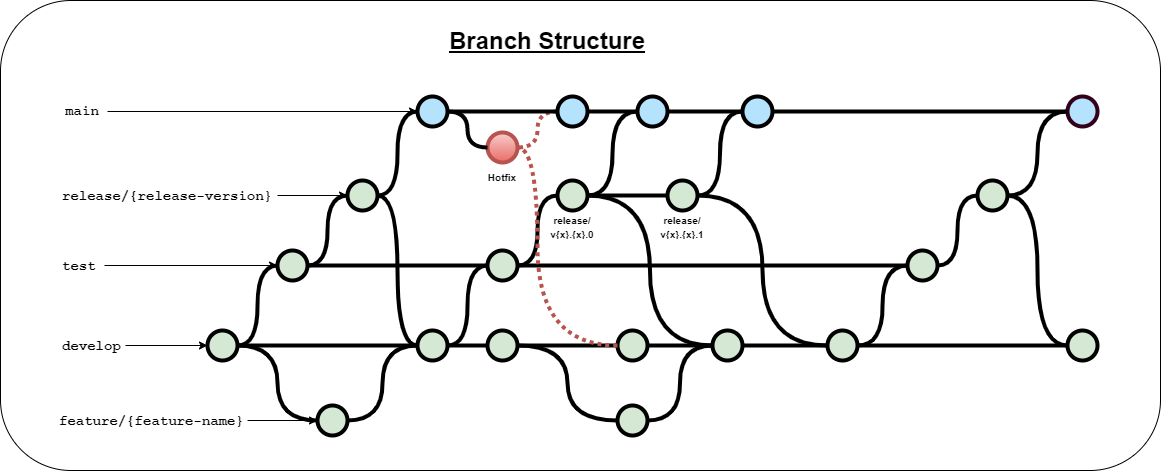
Before: readme-assets/git-model.png, a diagram exported from draw.io (geektechniquestudios/ChessWager). Source tidied: cells renumbered, new cells last; positions are measured from the earlier drawing's top-left corner, leaving out a move shared by most shapes.
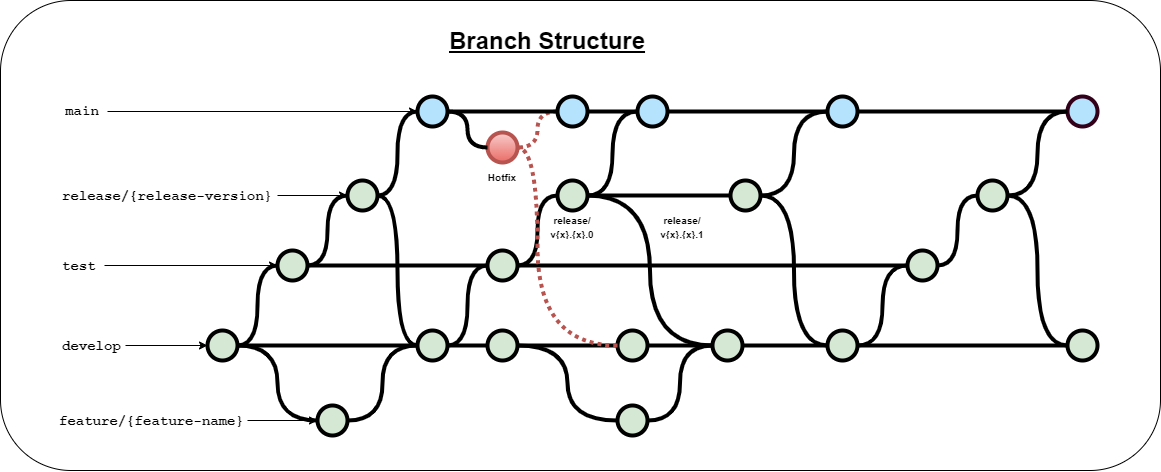
After the commit.

Diff of the diagram source:
```diff
@@ -199,18 +199,16 @@
       <mxGeometry x="517" y="210" width="110" height="30" as="geometry" />
     </mxCell>
     <mxCell id="65" style="verticalLabelPosition=bottom;verticalAlign=top;html=1;strokeWidth=4;shape=mxgraph.flowchart.on-page_reference;plain-purple;gradientColor=none;strokeColor=#000000;fillColor=#D5E8D4;" parent="1" vertex="1">
-      <mxGeometry x="667" y="180" width="30" height="30" as="geometry" />
+      <mxGeometry x="730" y="180" width="30" height="30" as="geometry" />
     </mxCell>
-    <mxCell id="66" style="edgeStyle=orthogonalEdgeStyle;curved=1;rounded=0;jettySize=auto;html=1;endArrow=none;endFill=0;strokeWidth=4;fontFamily=Courier New;fontColor=#009900;exitX=1;exitY=0.5;exitDx=0;exitDy=0;exitPerimeter=0;" parent="1" edge="1" source="31">
-      <mxGeometry relative="1" as="geometry">
-        <mxPoint x="667" y="195" as="targetPoint" />
-      </mxGeometry>
+    <mxCell id="66" style="edgeStyle=orthogonalEdgeStyle;curved=1;rounded=0;jettySize=auto;html=1;endArrow=none;endFill=0;strokeWidth=4;fontFamily=Courier New;fontColor=#009900;exitX=1;exitY=0.5;exitDx=0;exitDy=0;exitPerimeter=0;entryX=0;entryY=0.5;entryDx=0;entryDy=0;entryPerimeter=0;" parent="1" edge="1" source="31" target="65">
+      <mxGeometry relative="1" as="geometry" />
     </mxCell>
     <mxCell id="67" value="&lt;b&gt;&lt;font style=&quot;font-size: 10px&quot;&gt;release/&lt;br&gt;v{x}.{x}.1&lt;/font&gt;&lt;/b&gt;" style="text;html=1;strokeColor=none;fillColor=none;align=center;verticalAlign=middle;whiteSpace=wrap;overflow=hidden;" parent="1" vertex="1">
       <mxGeometry x="622" y="210" width="120" height="30" as="geometry" />
     </mxCell>
     <mxCell id="68" style="verticalLabelPosition=bottom;verticalAlign=top;html=1;strokeWidth=4;shape=mxgraph.flowchart.on-page_reference;plain-blue;gradientColor=none;strokeColor=#000000;fillColor=#B5E3FE;" parent="1" vertex="1">
-      <mxGeometry x="742" y="96" width="30" height="30" as="geometry" />
+      <mxGeometry x="827" y="96" width="30" height="30" as="geometry" />
     </mxCell>
     <mxCell id="69" style="edgeStyle=orthogonalEdgeStyle;curved=1;rounded=0;jettySize=auto;html=1;endArrow=none;endFill=0;strokeWidth=4;entryX=0;entryY=0.5;entryDx=0;entryDy=0;entryPerimeter=0;startArrow=none;exitX=1;exitY=0.5;exitDx=0;exitDy=0;exitPerimeter=0;" parent="1" edge="1" source="6" target="68">
       <mxGeometry relative="1" as="geometry" />
```
